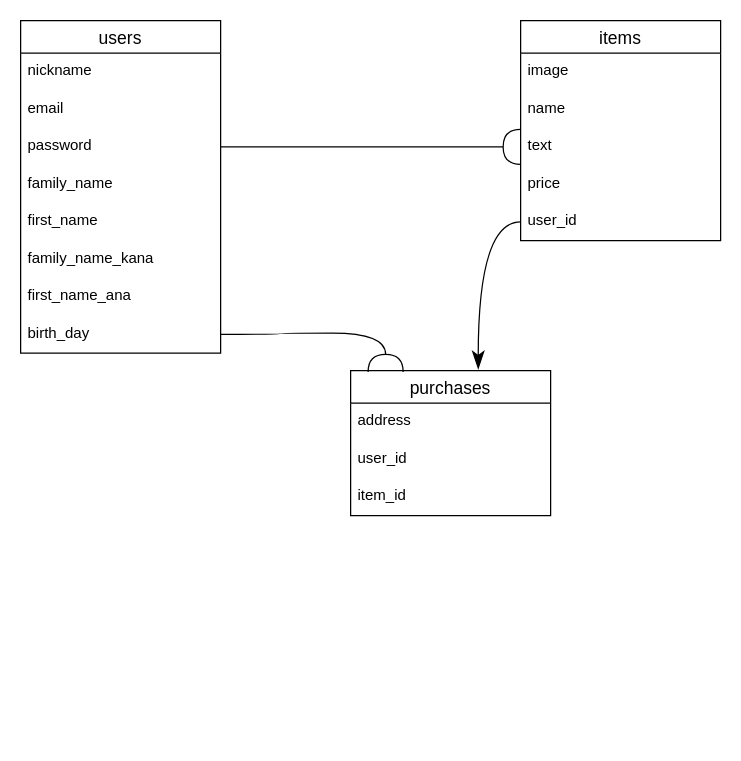
Above: furifuri.dio in shirajun/furima-30429 (draw.io), before the change. Source tidied: cells renumbered, new cells numbered last; positions are measured from the earlier drawing's top-left corner, leaving out a move shared by most shapes. Both pictures are drawn from the tidied source at 125%, with x=0, y=0 at pixel (20, 20).
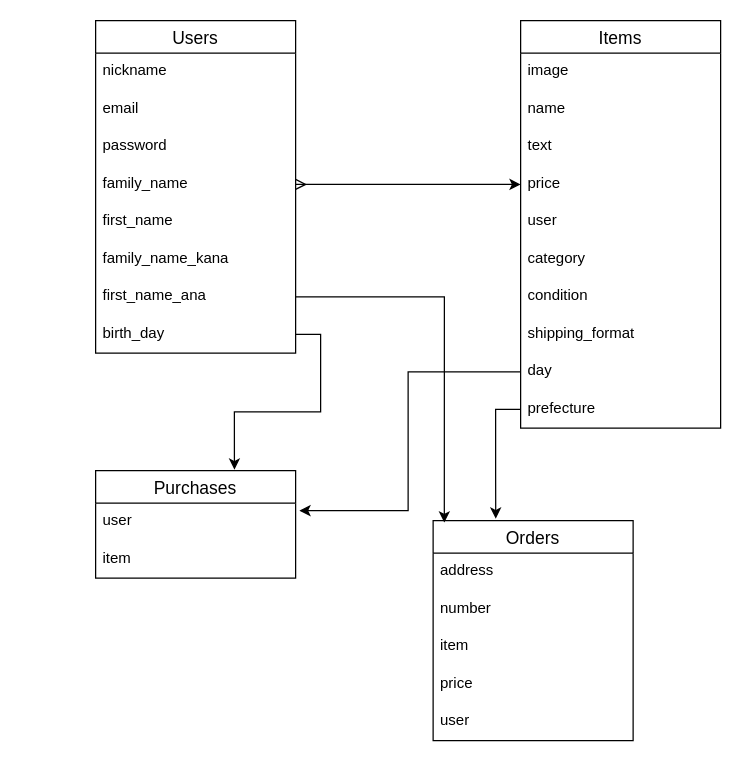
The same diagram, later.

Commit message (it also covers changes not shown here):
データベース設計修正

Unchanged cells that the change refers to:
```xml
<mxCell id="5" value="password" style="text;strokeColor=none;fillColor=none;spacingLeft=4;spacingRight=4;overflow=hidden;points=[[0,0.5],[1,0.5]];portConstraint=eastwest;fontSize=12;" parent="2" vertex="1">
  <mxGeometry y="86" width="160" height="30" as="geometry" />
</mxCell>
<mxCell id="6" value="family_name" style="text;strokeColor=none;fillColor=none;spacingLeft=4;spacingRight=4;overflow=hidden;points=[[0,0.5],[1,0.5]];portConstraint=eastwest;fontSize=12;" parent="2" vertex="1">
  <mxGeometry y="116" width="160" height="30" as="geometry" />
</mxCell>
<mxCell id="9" value="first_name_ana" style="text;strokeColor=none;fillColor=none;spacingLeft=4;spacingRight=4;overflow=hidden;points=[[0,0.5],[1,0.5]];portConstraint=eastwest;fontSize=12;" parent="2" vertex="1">
  <mxGeometry y="206" width="160" height="30" as="geometry" />
</mxCell>
<mxCell id="10" value="birth_day" style="text;strokeColor=none;fillColor=none;spacingLeft=4;spacingRight=4;overflow=hidden;points=[[0,0.5],[1,0.5]];portConstraint=eastwest;fontSize=12;" parent="2" vertex="1">
  <mxGeometry y="236" width="160" height="30" as="geometry" />
</mxCell>
```

What changed in the source:
```diff
@@
+    <mxCell id="11" value="Items" style="swimlane;fontStyle=0;horizontal=1;startSize=26;align=center;fontSize=14;" parent="1" vertex="1">
+      <mxGeometry x="400" width="160" height="326" as="geometry" />
+    </mxCell>
+    <mxCell id="12" value="image" style="text;strokeColor=none;fillColor=none;spacingLeft=4;spacingRight=4;overflow=hidden;fontSize=12;" parent="11" vertex="1">
+      <mxGeometry y="26" width="160" height="30" as="geometry" />
+    </mxCell>
+    <mxCell id="13" value="name" style="text;strokeColor=none;fillColor=none;spacingLeft=4;spacingRight=4;overflow=hidden;fontSize=12;" parent="11" vertex="1">
+      <mxGeometry y="56" width="160" height="30" as="geometry" />
+    </mxCell>
+    <mxCell id="14" value="text" style="text;strokeColor=none;fillColor=none;spacingLeft=4;spacingRight=4;overflow=hidden;points=[[0,0.5],[1,0.5]];portConstraint=eastwest;fontSize=12;" parent="11" vertex="1">
+      <mxGeometry y="86" width="160" height="30" as="geometry" />
+    </mxCell>
+    <mxCell id="15" value="price" style="text;strokeColor=none;fillColor=none;spacingLeft=4;spacingRight=4;overflow=hidden;points=[[0,0.5],[1,0.5]];portConstraint=eastwest;fontSize=12;" parent="11" vertex="1">
+      <mxGeometry y="116" width="160" height="30" as="geometry" />
+    </mxCell>
+    <mxCell id="16" value="user" style="text;strokeColor=none;fillColor=none;spacingLeft=4;spacingRight=4;overflow=hidden;points=[[0,0.5],[1,0.5]];portConstraint=eastwest;fontSize=12;" parent="11" vertex="1">
+      <mxGeometry y="146" width="160" height="30" as="geometry" />
+    </mxCell>
+    <mxCell id="24" value="category" style="text;strokeColor=none;fillColor=none;spacingLeft=4;spacingRight=4;overflow=hidden;fontSize=12;" parent="11" vertex="1">
+      <mxGeometry y="176" width="160" height="30" as="geometry" />
+    </mxCell>
+    <mxCell id="25" value="condition" style="text;strokeColor=none;fillColor=none;spacingLeft=4;spacingRight=4;overflow=hidden;fontSize=12;" parent="11" vertex="1">
+      <mxGeometry y="206" width="160" height="30" as="geometry" />
+    </mxCell>
+    <mxCell id="26" value="shipping_format" style="text;strokeColor=none;fillColor=none;spacingLeft=4;spacingRight=4;overflow=hidden;fontSize=12;" parent="11" vertex="1">
+      <mxGeometry y="236" width="160" height="30" as="geometry" />
+    </mxCell>
+    <mxCell id="27" value="day" style="text;strokeColor=none;fillColor=none;spacingLeft=4;spacingRight=4;overflow=hidden;points=[[0,0.5],[1,0.5]];portConstraint=eastwest;fontSize=12;" parent="11" vertex="1">
+      <mxGeometry y="266" width="160" height="30" as="geometry" />
+    </mxCell>
+    <mxCell id="28" value="prefecture" style="text;strokeColor=none;fillColor=none;spacingLeft=4;spacingRight=4;overflow=hidden;points=[[0,0.5],[1,0.5]];portConstraint=eastwest;fontSize=12;" parent="11" vertex="1">
+      <mxGeometry y="296" width="160" height="30" as="geometry" />
+    </mxCell>
-    <mxCell id="2" value="users" style="swimlane;fontStyle=0;horizontal=1;startSize=26;align=center;fontSize=14;" parent="1" vertex="1">
-      <mxGeometry width="160" height="266" as="geometry" />
+    <mxCell id="2" value="Users" style="swimlane;fontStyle=0;horizontal=1;startSize=26;align=center;fontSize=14;" parent="1" vertex="1">
+      <mxGeometry x="60" width="160" height="266" as="geometry" />
     </mxCell>
@@
-    <mxCell id="11" value="items" style="swimlane;fontStyle=0;horizontal=1;startSize=26;align=center;fontSize=14;" parent="1" vertex="1">
-      <mxGeometry x="400" width="160" height="176" as="geometry" />
-    </mxCell>
-    <mxCell id="12" value="image" style="text;strokeColor=none;fillColor=none;spacingLeft=4;spacingRight=4;overflow=hidden;fontSize=12;" parent="11" vertex="1">
-      <mxGeometry y="26" width="160" height="30" as="geometry" />
-    </mxCell>
-    <mxCell id="13" value="name" style="text;strokeColor=none;fillColor=none;spacingLeft=4;spacingRight=4;overflow=hidden;fontSize=12;" parent="11" vertex="1">
-      <mxGeometry y="56" width="160" height="30" as="geometry" />
-    </mxCell>
-    <mxCell id="14" value="text" style="text;strokeColor=none;fillColor=none;spacingLeft=4;spacingRight=4;overflow=hidden;points=[[0,0.5],[1,0.5]];portConstraint=eastwest;fontSize=12;" parent="11" vertex="1">
-      <mxGeometry y="86" width="160" height="30" as="geometry" />
-    </mxCell>
-    <mxCell id="15" value="price" style="text;strokeColor=none;fillColor=none;spacingLeft=4;spacingRight=4;overflow=hidden;points=[[0,0.5],[1,0.5]];portConstraint=eastwest;fontSize=12;" parent="11" vertex="1">
-      <mxGeometry y="116" width="160" height="30" as="geometry" />
-    </mxCell>
-    <mxCell id="16" value="user_id" style="text;strokeColor=none;fillColor=none;spacingLeft=4;spacingRight=4;overflow=hidden;points=[[0,0.5],[1,0.5]];portConstraint=eastwest;fontSize=12;" parent="11" vertex="1">
-      <mxGeometry y="146" width="160" height="30" as="geometry" />
-    </mxCell>
+    <mxCell id="23" value="Orders" style="swimlane;fontStyle=0;horizontal=1;startSize=26;align=center;fontSize=14;" parent="1" vertex="1">
+      <mxGeometry x="330" y="400" width="160" height="176" as="geometry" />
+    </mxCell>
+    <mxCell id="18" value="address" style="text;strokeColor=none;fillColor=none;spacingLeft=4;spacingRight=4;overflow=hidden;fontSize=12;" parent="23" vertex="1">
+      <mxGeometry y="26" width="160" height="30" as="geometry" />
+    </mxCell>
+    <mxCell id="29" value="number" style="text;strokeColor=none;fillColor=none;spacingLeft=4;spacingRight=4;overflow=hidden;fontSize=12;" parent="23" vertex="1">
+      <mxGeometry y="56" width="160" height="30" as="geometry" />
+    </mxCell>
+    <mxCell id="30" value="item" style="text;strokeColor=none;fillColor=none;spacingLeft=4;spacingRight=4;overflow=hidden;fontSize=12;" parent="23" vertex="1">
+      <mxGeometry y="86" width="160" height="30" as="geometry" />
+    </mxCell>
+    <mxCell id="31" value="price" style="text;strokeColor=none;fillColor=none;spacingLeft=4;spacingRight=4;overflow=hidden;fontSize=12;" parent="23" vertex="1">
+      <mxGeometry y="116" width="160" height="30" as="geometry" />
+    </mxCell>
+    <mxCell id="32" value="user" style="text;strokeColor=none;fillColor=none;spacingLeft=4;spacingRight=4;overflow=hidden;fontSize=12;" parent="23" vertex="1">
+      <mxGeometry y="146" width="160" height="30" as="geometry" />
+    </mxCell>
+    <mxCell id="33" style="edgeStyle=orthogonalEdgeStyle;rounded=0;jettySize=auto;html=1;exitX=1;exitY=0.5;exitDx=0;exitDy=0;entryX=0;entryY=0.5;entryDx=0;entryDy=0;startArrow=ERmany;startFill=0;" parent="1" edge="1" source="6" target="15">
+      <mxGeometry relative="1" as="geometry" />
+    </mxCell>
-    <mxCell id="17" value="purchases" style="swimlane;fontStyle=0;horizontal=1;startSize=26;align=center;fontSize=14;" parent="1" vertex="1">
-      <mxGeometry x="264" y="280" width="160" height="116" as="geometry" />
+    <mxCell id="17" value="Purchases" style="swimlane;fontStyle=0;horizontal=1;startSize=26;align=center;fontSize=14;" parent="1" vertex="1">
+      <mxGeometry x="60" y="360" width="160" height="86" as="geometry" />
     </mxCell>
-    <mxCell id="18" value="address" style="text;strokeColor=none;fillColor=none;spacingLeft=4;spacingRight=4;overflow=hidden;fontSize=12;" parent="17" vertex="1">
-      <mxGeometry y="26" width="160" height="30" as="geometry" />
-    </mxCell>
-    <mxCell id="19" value="user_id" style="text;strokeColor=none;fillColor=none;spacingLeft=4;spacingRight=4;overflow=hidden;points=[[0,0.5],[1,0.5]];portConstraint=eastwest;fontSize=12;" parent="17" vertex="1">
-      <mxGeometry y="56" width="160" height="30" as="geometry" />
+    <mxCell id="19" value="user" style="text;strokeColor=none;fillColor=none;spacingLeft=4;spacingRight=4;overflow=hidden;points=[[0,0.5],[1,0.5]];portConstraint=eastwest;fontSize=12;" parent="17" vertex="1">
+      <mxGeometry y="26" width="160" height="30" as="geometry" />
     </mxCell>
-    <mxCell id="20" value="item_id" style="text;strokeColor=none;fillColor=none;spacingLeft=4;spacingRight=4;overflow=hidden;fontSize=12;" parent="17" vertex="1">
-      <mxGeometry y="86" width="160" height="30" as="geometry" />
+    <mxCell id="20" value="item" style="text;strokeColor=none;fillColor=none;spacingLeft=4;spacingRight=4;overflow=hidden;fontSize=12;" parent="17" vertex="1">
+      <mxGeometry y="56" width="160" height="30" as="geometry" />
     </mxCell>
-    <mxCell id="21" style="edgeStyle=orthogonalEdgeStyle;jettySize=auto;html=1;exitX=1;exitY=0.5;exitDx=0;exitDy=0;entryX=0.175;entryY=0.009;entryDx=0;entryDy=0;entryPerimeter=0;horizontal=0;endSize=12;targetPerimeterSpacing=3;curved=1;startArrow=none;startFill=0;endArrow=halfCircle;endFill=0;" parent="1" edge="1" source="10" target="17">
+    <mxCell id="21" style="edgeStyle=orthogonalEdgeStyle;rounded=0;jettySize=auto;html=1;exitX=1;exitY=0.5;exitDx=0;exitDy=0;entryX=0.694;entryY=-0.009;entryDx=0;entryDy=0;entryPerimeter=0;startArrow=none;startFill=0;" parent="1" edge="1" source="10" target="17">
       <mxGeometry relative="1" as="geometry" />
     </mxCell>
-    <mxCell id="22" style="edgeStyle=orthogonalEdgeStyle;curved=1;jettySize=auto;html=1;exitX=1;exitY=0.5;exitDx=0;exitDy=0;entryX=0;entryY=0.5;entryDx=0;entryDy=0;startArrow=none;startFill=0;endArrow=halfCircle;endFill=0;endSize=12;targetPerimeterSpacing=3;" parent="1" edge="1" source="5" target="14">
-      <mxGeometry relative="1" as="geometry" />
-    </mxCell>
-    <mxCell id="23" style="edgeStyle=orthogonalEdgeStyle;curved=1;jettySize=auto;html=1;exitX=0;exitY=0.5;exitDx=0;exitDy=0;entryX=0.638;entryY=-0.009;entryDx=0;entryDy=0;entryPerimeter=0;startArrow=none;startFill=0;endArrow=classicThin;endFill=1;endSize=12;targetPerimeterSpacing=3;" parent="1" edge="1" source="16" target="17">
-      <mxGeometry relative="1" as="geometry" />
-    </mxCell>
+    <mxCell id="34" style="edgeStyle=orthogonalEdgeStyle;rounded=0;jettySize=auto;html=1;exitX=1;exitY=0.5;exitDx=0;exitDy=0;entryX=0.056;entryY=0.009;entryDx=0;entryDy=0;entryPerimeter=0;startArrow=none;startFill=0;" parent="1" edge="1" source="9" target="23">
+      <mxGeometry relative="1" as="geometry" />
+    </mxCell>
+    <mxCell id="35" style="edgeStyle=orthogonalEdgeStyle;rounded=0;jettySize=auto;html=1;exitX=0;exitY=0.5;exitDx=0;exitDy=0;entryX=1.019;entryY=0.2;entryDx=0;entryDy=0;entryPerimeter=0;startArrow=none;startFill=0;" parent="1" edge="1" source="27" target="19">
+      <mxGeometry relative="1" as="geometry" />
+    </mxCell>
+    <mxCell id="36" style="edgeStyle=orthogonalEdgeStyle;rounded=0;jettySize=auto;html=1;exitX=0;exitY=0.5;exitDx=0;exitDy=0;entryX=0.313;entryY=-0.009;entryDx=0;entryDy=0;entryPerimeter=0;startArrow=none;startFill=0;" parent="1" edge="1" source="28" target="23">
+      <mxGeometry relative="1" as="geometry" />
+    </mxCell>
```
